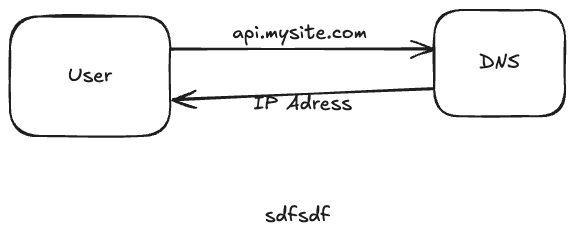
Above: notes/system_design_interview_by_alex_xu/images/web_server.excalidraw.png in deepkamalsingh/system-design (Excalidraw), before the change. Source tidied: one line per element, renumbered; positions are measured from the earlier drawing's top-left corner, leaving out a move shared by most shapes.
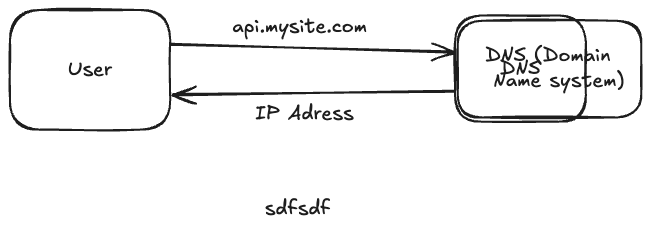
The same file after the commit.

The edit, as a diff of the source:
```diff
@@ -1,8 +1,8 @@
 {"id": 0, "type": "rectangle", "strokeColor": "#1e1e1e", "strokeWidth": 2, "roughness": 1, "round": true, "x": 0, "y": 6, "width": 160, "height": 120}
 {"id": 1, "type": "text", "text": "User", "strokeColor": "#1e1e1e", "strokeWidth": 2, "roughness": 1, "fontSize": 20, "fontFamily": 5, "textAlign": "center", "verticalAlign": "middle", "inside": 0, "x": 58, "y": 54, "width": 44, "height": 25}
-{"id": 2, "type": "rectangle", "strokeColor": "#1e1e1e", "strokeWidth": 2, "roughness": 1, "round": true, "x": 424, "y": 0, "width": 131, "height": 106}
-{"id": 3, "type": "text", "text": "DNS", "strokeColor": "#1e1e1e", "strokeWidth": 2, "roughness": 1, "fontSize": 20, "fontFamily": 5, "textAlign": "center", "verticalAlign": "middle", "inside": 2, "x": 469, "y": 41, "width": 41, "height": 25}
-{"id": 4, "type": "arrow", "strokeColor": "#1e1e1e", "strokeWidth": 2, "roughness": 1, "endArrowhead": "arrow", "round": true, "from": 0, "to": 2, "x": 161, "y": 40, "width": 262, "height": 1, "points": [[0, 0], [262, -1]]}
+{"id": 4, "type": "arrow", "strokeColor": "#1e1e1e", "strokeWidth": 2, "roughness": 1, "endArrowhead": "arrow", "round": true, "from": 0, "x": 161, "y": 42, "width": 283, "height": 7, "points": [[0, 0], [283, 7]]}
 {"id": 5, "type": "text", "text": "api.mysite.com", "strokeColor": "#1e1e1e", "strokeWidth": 2, "roughness": 1, "fontSize": 20, "fontFamily": 5, "x": 222, "y": 10, "width": 135, "height": 25}
-{"id": 6, "type": "arrow", "strokeColor": "#1e1e1e", "strokeWidth": 2, "roughness": 1, "endArrowhead": "arrow", "round": true, "from": 2, "to": 0, "x": 422, "y": 79, "width": 260, "height": 10, "points": [[0, 0], [-260, 10]]}
+{"id": 6, "type": "arrow", "strokeColor": "#1e1e1e", "strokeWidth": 2, "roughness": 1, "endArrowhead": "arrow", "round": true, "to": 0, "x": 443, "y": 88, "width": 281, "height": 2, "points": [[0, 0], [-281, 2]]}
-{"id": 7, "type": "text", "text": "IP Adress", "strokeColor": "#1e1e1e", "strokeWidth": 2, "roughness": 1, "fontSize": 20, "fontFamily": 5, "x": 243, "y": 82, "width": 99, "height": 25}
+{"id": 7, "type": "text", "text": "IP Adress", "strokeColor": "#1e1e1e", "strokeWidth": 2, "roughness": 1, "fontSize": 20, "fontFamily": 5, "x": 245, "y": 98, "width": 99, "height": 25}
+{"id": 8, "type": "rectangle", "strokeColor": "#1e1e1e", "strokeWidth": 2, "roughness": 1, "round": true, "x": 448, "y": 17, "width": 184, "height": 97}
+{"id": 9, "type": "text", "text": "DNS (Domain\n Name system)", "strokeColor": "#1e1e1e", "strokeWidth": 2, "roughness": 1, "fontSize": 20, "fontFamily": 5, "x": 475, "y": 40, "width": 139, "height": 50}
```
